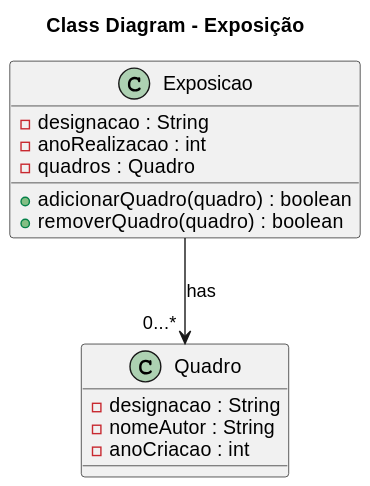
1220812/PPROG keeps this PlantUML diagram as src/main/java/Week8_PL/Exposicao/Class Diagram-Exposição.svg. Above is the earlier version. Its diagram source:
```plantuml
@startuml

Title Class Diagram - Exposição

class Quadro{
- designacao : String
- nomeAutor : String
- anoCriacao : int
}

class Exposicao{
- designacao : String
- anoRealizacao : int
- quadros : Quadro
+ adicionarQuadro(quadro) : boolean
+ removerQuadro(quadro) : boolean
}

Exposicao --> "0...* " Quadro : has
@enduml
```
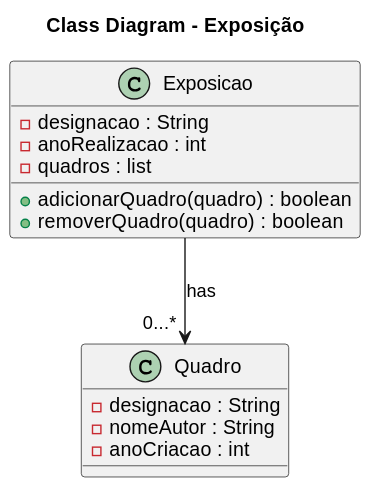
The same file after the commit.

Commit message:
Week 8 PL "exposição" exercise done

What changed in the source:
```diff
@@ -11,7 +11,7 @@
 class Exposicao{
 - designacao : String
 - anoRealizacao : int
-- quadros : Quadro
+- quadros : list
 + adicionarQuadro(quadro) : boolean
 + removerQuadro(quadro) : boolean
 }
```
